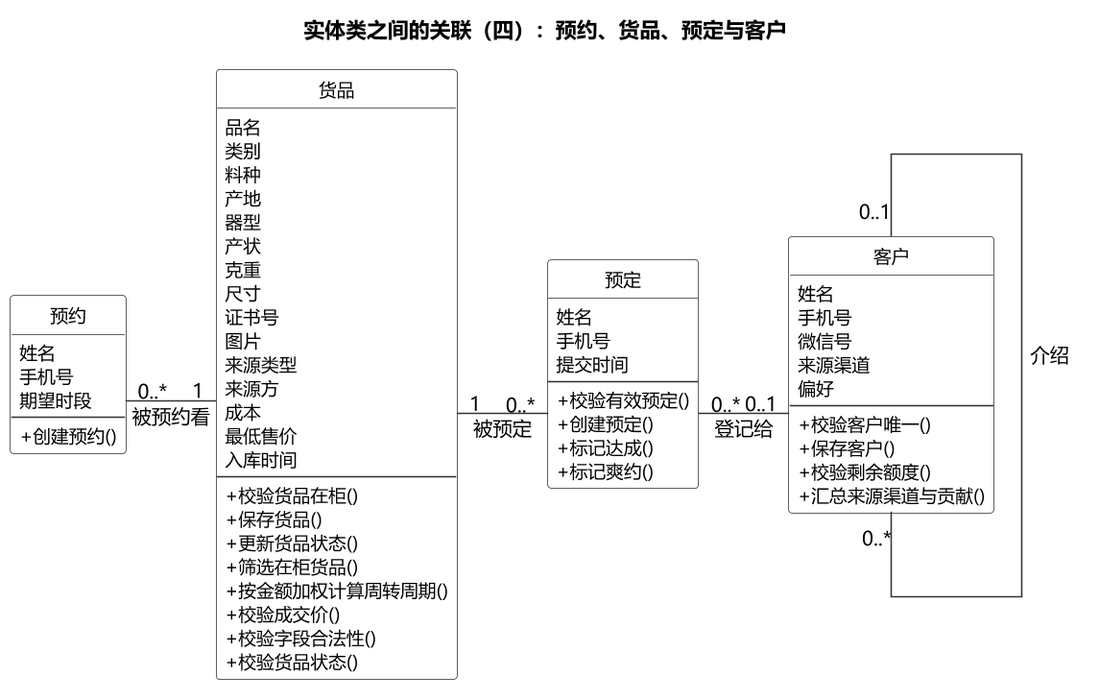
rosefinch55/jade-store-system keeps this PlantUML diagram as docs/figs/analysis/05b4-entity-book.png. Above is the earlier version.
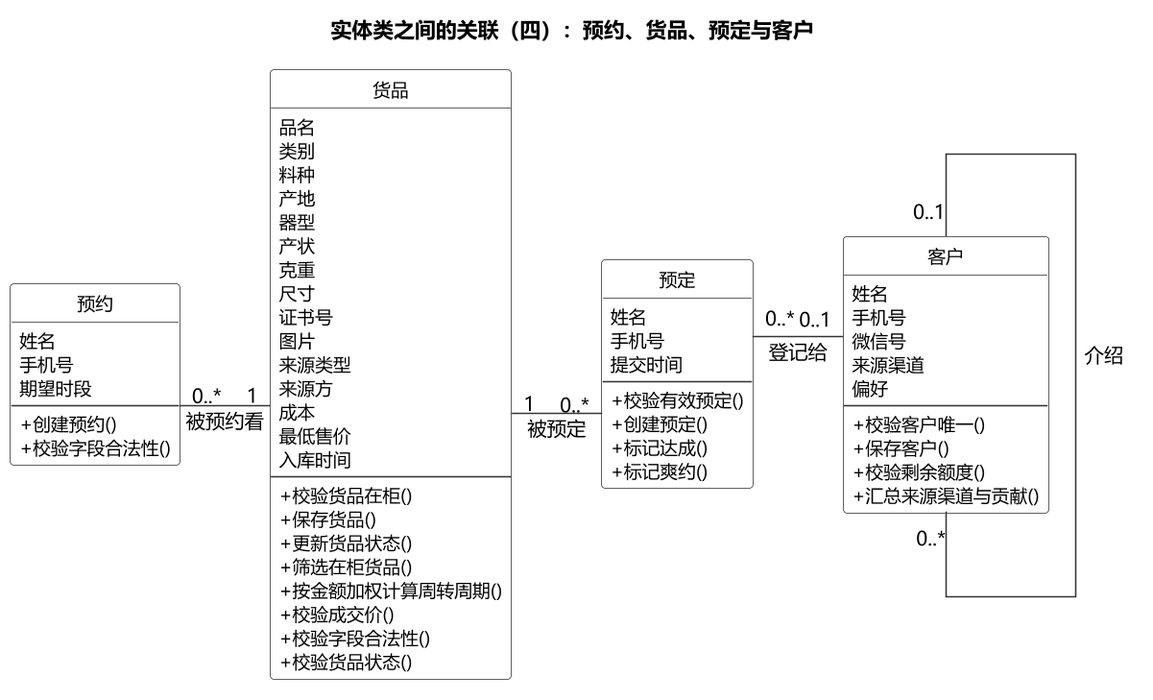
Later version of the same file.

Diff of the diagram source:
```diff
@@ -25,6 +25,7 @@
     期望时段
     --
     + 创建预约()
+    + 校验字段合法性()
   }
 class "货品" as E1 {
     品名
```
